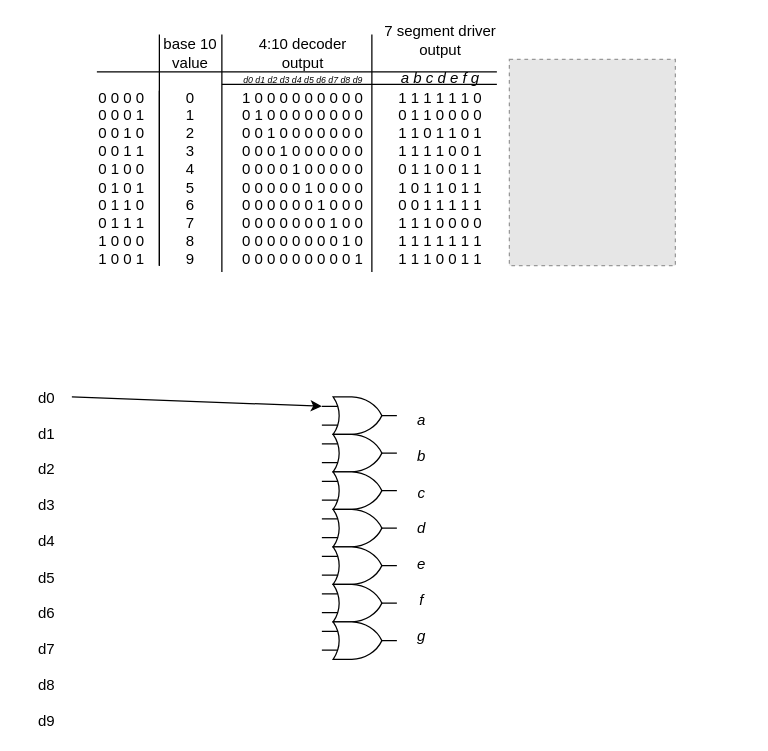
Before: page "7 segment driver" (3 of 3) of CSCS1200 Notes.drawio in patrick965/CSCS1200S21, a draw.io diagram. Source tidied: cells renumbered, new cells numbered last; positions are measured from the earlier drawing's top-left corner, leaving out a move shared by most shapes. Both pictures are drawn from the tidied source at 125%, with x=0, y=0 at pixel (21, 21). Pictures stored in the file or linked from it are replaced by grey dashed boxes.
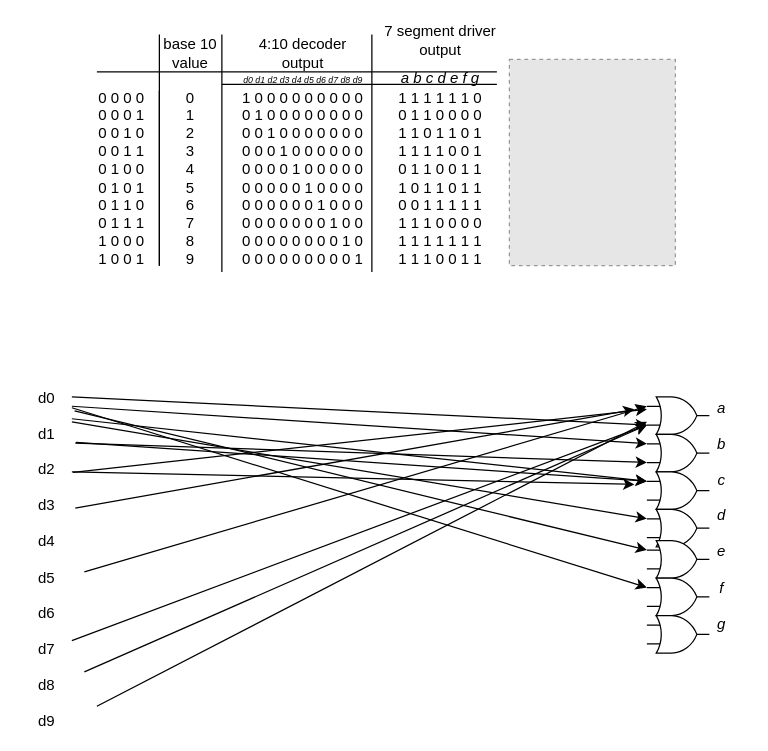
The same diagram, later.

Commit message:
added some logic gates...

Unchanged cells that the change refers to:
```xml
<mxCell id="17" value="d0&lt;br&gt;&lt;br&gt;d1&lt;br&gt;&lt;br&gt;d2&lt;br&gt;&lt;br&gt;d3&lt;br&gt;&lt;br&gt;d4&lt;br&gt;&lt;br&gt;d5&lt;br&gt;&lt;br&gt;d6&lt;br&gt;&lt;br&gt;d7&lt;br&gt;&lt;br&gt;d8&lt;br&gt;&lt;br&gt;d9" style="text;html=1;strokeColor=none;fillColor=none;align=center;verticalAlign=middle;whiteSpace=wrap;rounded=0;" parent="1" vertex="1">
  <mxGeometry y="300" width="40" height="260" as="geometry" />
</mxCell>
```

Diff of the diagram source:
```diff
@@
     <mxCell id="19" value="&lt;i&gt;a&lt;br&gt;&lt;br&gt;b&lt;br&gt;&lt;br&gt;c&lt;br&gt;&lt;br&gt;d&lt;br&gt;&lt;br&gt;e&lt;br&gt;&lt;br&gt;f&lt;br&gt;&lt;br&gt;g&lt;br&gt;&lt;/i&gt;" style="text;html=1;strokeColor=none;fillColor=none;align=center;verticalAlign=middle;whiteSpace=wrap;rounded=0;" parent="1" vertex="1">
-      <mxGeometry x="300" y="310" width="40" height="190" as="geometry" />
+      <mxGeometry x="540" y="300" width="40" height="190" as="geometry" />
     </mxCell>
-    <mxCell id="20" style="verticalLabelPosition=bottom;shadow=0;dashed=0;align=center;html=1;verticalAlign=top;shape=mxgraph.electrical.logic_gates.logic_gate;operation=or;" parent="1" vertex="1">
-      <mxGeometry x="240" y="300" width="60" height="30" as="geometry" />
-    </mxCell>
-    <mxCell id="21" style="verticalLabelPosition=bottom;shadow=0;dashed=0;align=center;html=1;verticalAlign=top;shape=mxgraph.electrical.logic_gates.logic_gate;operation=or;" parent="1" vertex="1">
-      <mxGeometry x="240" y="330" width="60" height="30" as="geometry" />
-    </mxCell>
-    <mxCell id="22" style="verticalLabelPosition=bottom;shadow=0;dashed=0;align=center;html=1;verticalAlign=top;shape=mxgraph.electrical.logic_gates.logic_gate;operation=or;" parent="1" vertex="1">
-      <mxGeometry x="240" y="360" width="60" height="30" as="geometry" />
-    </mxCell>
-    <mxCell id="23" style="verticalLabelPosition=bottom;shadow=0;dashed=0;align=center;html=1;verticalAlign=top;shape=mxgraph.electrical.logic_gates.logic_gate;operation=or;" parent="1" vertex="1">
-      <mxGeometry x="240" y="390" width="60" height="30" as="geometry" />
-    </mxCell>
-    <mxCell id="24" style="verticalLabelPosition=bottom;shadow=0;dashed=0;align=center;html=1;verticalAlign=top;shape=mxgraph.electrical.logic_gates.logic_gate;operation=or;" parent="1" vertex="1">
-      <mxGeometry x="240" y="420" width="60" height="30" as="geometry" />
-    </mxCell>
-    <mxCell id="25" style="verticalLabelPosition=bottom;shadow=0;dashed=0;align=center;html=1;verticalAlign=top;shape=mxgraph.electrical.logic_gates.logic_gate;operation=or;" parent="1" vertex="1">
-      <mxGeometry x="240" y="450" width="60" height="30" as="geometry" />
-    </mxCell>
-    <mxCell id="26" style="verticalLabelPosition=bottom;shadow=0;dashed=0;align=center;html=1;verticalAlign=top;shape=mxgraph.electrical.logic_gates.logic_gate;operation=or;" parent="1" vertex="1">
-      <mxGeometry x="240" y="480" width="60" height="30" as="geometry" />
-    </mxCell>
-    <mxCell id="27" style="endArrow=classic;html=1;exitX=1;exitY=0;exitDx=0;exitDy=0;entryX=0;entryY=0.25;entryDx=0;entryDy=0;entryPerimeter=0;" parent="1" edge="1" source="17" target="20">
+    <mxCell id="27" style="endArrow=classic;html=1;exitX=1;exitY=0;exitDx=0;exitDy=0;entryX=0;entryY=0.75;entryDx=0;entryDy=0;entryPerimeter=0;" parent="1" edge="1" source="17" target="32">
       <mxGeometry relative="1" as="geometry" />
     </mxCell>
+    <mxCell id="28" style="endArrow=classic;html=1;exitX=1.025;exitY=0.232;exitDx=0;exitDy=0;exitPerimeter=0;" parent="1" edge="1" source="17">
+      <mxGeometry relative="1" as="geometry">
+        <mxPoint x="500" y="310" as="targetPoint" />
+      </mxGeometry>
+    </mxCell>
+    <mxCell id="29" style="endArrow=classic;html=1;exitX=1.068;exitY=0.342;exitDx=0;exitDy=0;exitPerimeter=0;" parent="1" edge="1" source="17">
+      <mxGeometry relative="1" as="geometry">
+        <mxPoint x="490" y="310" as="targetPoint" />
+      </mxGeometry>
+    </mxCell>
+    <mxCell id="30" style="endArrow=classic;html=1;entryX=0;entryY=0.25;entryDx=0;entryDy=0;entryPerimeter=0;" parent="1" edge="1" target="32">
+      <mxGeometry relative="1" as="geometry">
+        <mxPoint x="50" y="440" as="sourcePoint" />
+      </mxGeometry>
+    </mxCell>
+    <mxCell id="31" style="endArrow=classic;html=1;exitX=1;exitY=0.75;exitDx=0;exitDy=0;entryX=0;entryY=0.75;entryDx=0;entryDy=0;entryPerimeter=0;" parent="1" edge="1" source="17" target="32">
+      <mxGeometry relative="1" as="geometry" />
+    </mxCell>
+    <mxCell id="32" style="verticalLabelPosition=bottom;shadow=0;dashed=0;align=center;html=1;verticalAlign=top;shape=mxgraph.electrical.logic_gates.logic_gate;operation=or;" parent="1" vertex="1">
+      <mxGeometry x="500" y="300" width="50" height="30" as="geometry" />
+    </mxCell>
+    <mxCell id="33" style="verticalLabelPosition=bottom;shadow=0;dashed=0;align=center;html=1;verticalAlign=top;shape=mxgraph.electrical.logic_gates.logic_gate;operation=or;" parent="1" vertex="1">
+      <mxGeometry x="500" y="330" width="50" height="30" as="geometry" />
+    </mxCell>
+    <mxCell id="34" style="verticalLabelPosition=bottom;shadow=0;dashed=0;align=center;html=1;verticalAlign=top;shape=mxgraph.electrical.logic_gates.logic_gate;operation=or;" parent="1" vertex="1">
+      <mxGeometry x="500" y="360" width="50" height="30" as="geometry" />
+    </mxCell>
+    <mxCell id="35" style="verticalLabelPosition=bottom;shadow=0;dashed=0;align=center;html=1;verticalAlign=top;shape=mxgraph.electrical.logic_gates.logic_gate;operation=or;" parent="1" vertex="1">
+      <mxGeometry x="500" y="390" width="50" height="30" as="geometry" />
+    </mxCell>
+    <mxCell id="36" style="verticalLabelPosition=bottom;shadow=0;dashed=0;align=center;html=1;verticalAlign=top;shape=mxgraph.electrical.logic_gates.logic_gate;operation=or;" parent="1" vertex="1">
+      <mxGeometry x="500" y="415" width="50" height="30" as="geometry" />
+    </mxCell>
+    <mxCell id="37" style="verticalLabelPosition=bottom;shadow=0;dashed=0;align=center;html=1;verticalAlign=top;shape=mxgraph.electrical.logic_gates.logic_gate;operation=or;" parent="1" vertex="1">
+      <mxGeometry x="500" y="445" width="50" height="30" as="geometry" />
+    </mxCell>
+    <mxCell id="38" style="verticalLabelPosition=bottom;shadow=0;dashed=0;align=center;html=1;verticalAlign=top;shape=mxgraph.electrical.logic_gates.logic_gate;operation=or;" parent="1" vertex="1">
+      <mxGeometry x="500" y="475" width="50" height="30" as="geometry" />
+    </mxCell>
+    <mxCell id="39" style="endArrow=classic;html=1;entryX=0;entryY=0.75;entryDx=0;entryDy=0;entryPerimeter=0;" parent="1" edge="1" target="32">
+      <mxGeometry relative="1" as="geometry">
+        <mxPoint x="50" y="520" as="sourcePoint" />
+      </mxGeometry>
+    </mxCell>
+    <mxCell id="40" style="endArrow=classic;html=1;" parent="1" edge="1">
+      <mxGeometry relative="1" as="geometry">
+        <mxPoint x="60" y="547.5" as="sourcePoint" />
+        <mxPoint x="500" y="320" as="targetPoint" />
+      </mxGeometry>
+    </mxCell>
+    <mxCell id="41" style="endArrow=classic;html=1;exitX=1;exitY=0;exitDx=0;exitDy=0;entryX=0;entryY=0.25;entryDx=0;entryDy=0;entryPerimeter=0;" parent="1" edge="1" target="33">
+      <mxGeometry relative="1" as="geometry">
+        <mxPoint x="40" y="307.5" as="sourcePoint" />
+      </mxGeometry>
+    </mxCell>
+    <mxCell id="42" style="endArrow=classic;html=1;exitX=1;exitY=0;exitDx=0;exitDy=0;entryX=0;entryY=0.25;entryDx=0;entryDy=0;entryPerimeter=0;" parent="1" edge="1" target="34">
+      <mxGeometry relative="1" as="geometry">
+        <mxPoint x="40" y="317.5" as="sourcePoint" />
+      </mxGeometry>
+    </mxCell>
+    <mxCell id="43" style="endArrow=classic;html=1;exitX=1;exitY=0;exitDx=0;exitDy=0;entryX=0;entryY=0.25;entryDx=0;entryDy=0;entryPerimeter=0;" parent="1" edge="1" target="35">
+      <mxGeometry relative="1" as="geometry">
+        <mxPoint x="40" y="320" as="sourcePoint" />
+      </mxGeometry>
+    </mxCell>
+    <mxCell id="44" style="endArrow=classic;html=1;exitX=1.054;exitY=0.043;exitDx=0;exitDy=0;entryX=0;entryY=0.25;entryDx=0;entryDy=0;entryPerimeter=0;exitPerimeter=0;" parent="1" edge="1" source="17" target="36">
+      <mxGeometry relative="1" as="geometry" />
+    </mxCell>
+    <mxCell id="45" style="endArrow=classic;html=1;exitX=1.054;exitY=0.043;exitDx=0;exitDy=0;entryX=0;entryY=0.25;entryDx=0;entryDy=0;entryPerimeter=0;exitPerimeter=0;" parent="1" edge="1" target="37">
+      <mxGeometry relative="1" as="geometry">
+        <mxPoint x="40" y="308.7" as="sourcePoint" />
+      </mxGeometry>
+    </mxCell>
+    <mxCell id="46" style="endArrow=classic;html=1;exitX=1.068;exitY=0.142;exitDx=0;exitDy=0;exitPerimeter=0;entryX=0;entryY=0.75;entryDx=0;entryDy=0;entryPerimeter=0;" parent="1" edge="1" source="17" target="33">
+      <mxGeometry relative="1" as="geometry" />
+    </mxCell>
+    <mxCell id="47" style="endArrow=classic;html=1;exitX=1.082;exitY=0.14;exitDx=0;exitDy=0;exitPerimeter=0;entryX=0;entryY=0.25;entryDx=0;entryDy=0;entryPerimeter=0;" parent="1" edge="1" source="17" target="34">
+      <mxGeometry relative="1" as="geometry" />
+    </mxCell>
+    <mxCell id="48" style="endArrow=classic;html=1;exitX=1.025;exitY=0.232;exitDx=0;exitDy=0;exitPerimeter=0;" parent="1" edge="1">
+      <mxGeometry relative="1" as="geometry">
+        <mxPoint x="40" y="360" as="sourcePoint" />
+        <mxPoint x="490" y="370" as="targetPoint" />
+      </mxGeometry>
+    </mxCell>
```
